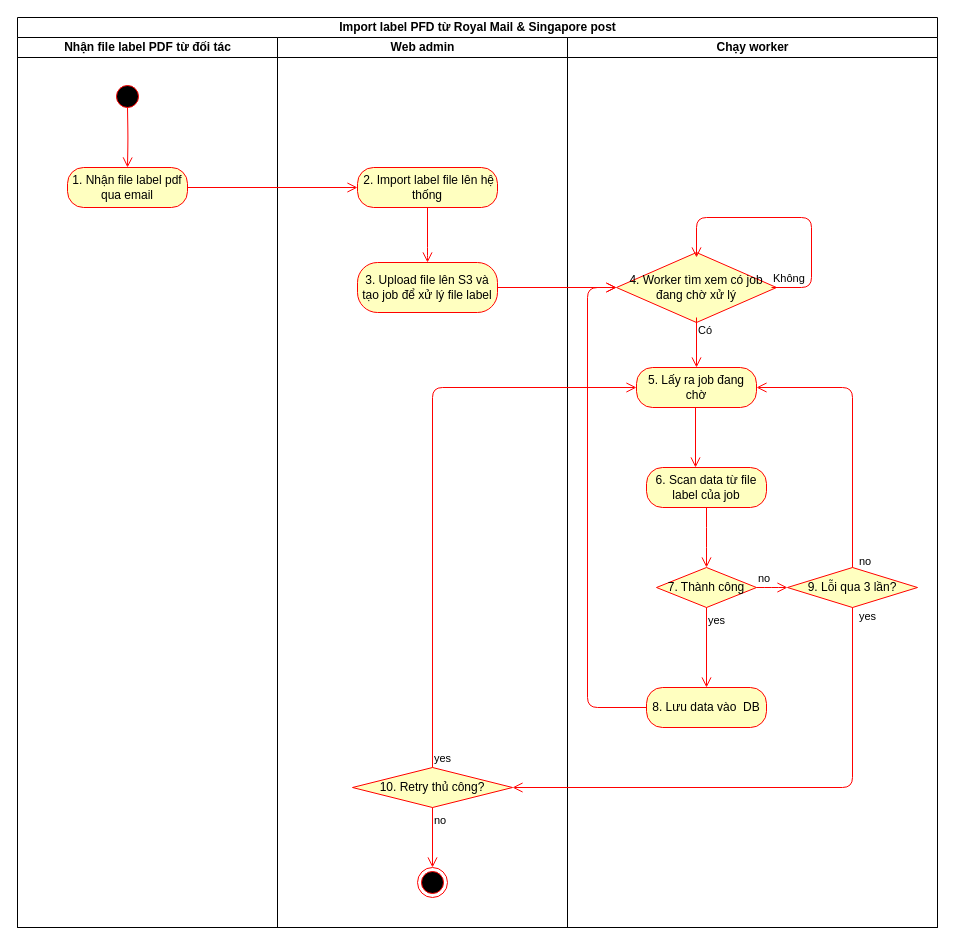
CurlerRoo/test keeps this draw.io diagram as foobla-label-service-diagram.drawio. Above is the earlier version. Source tidied: cells renumbered, new cells numbered last; positions are measured from the earlier drawing's top-left corner, leaving out a move shared by most shapes. Both pictures are drawn from the tidied source at 100%, with x=0, y=0 at pixel (17, 17).
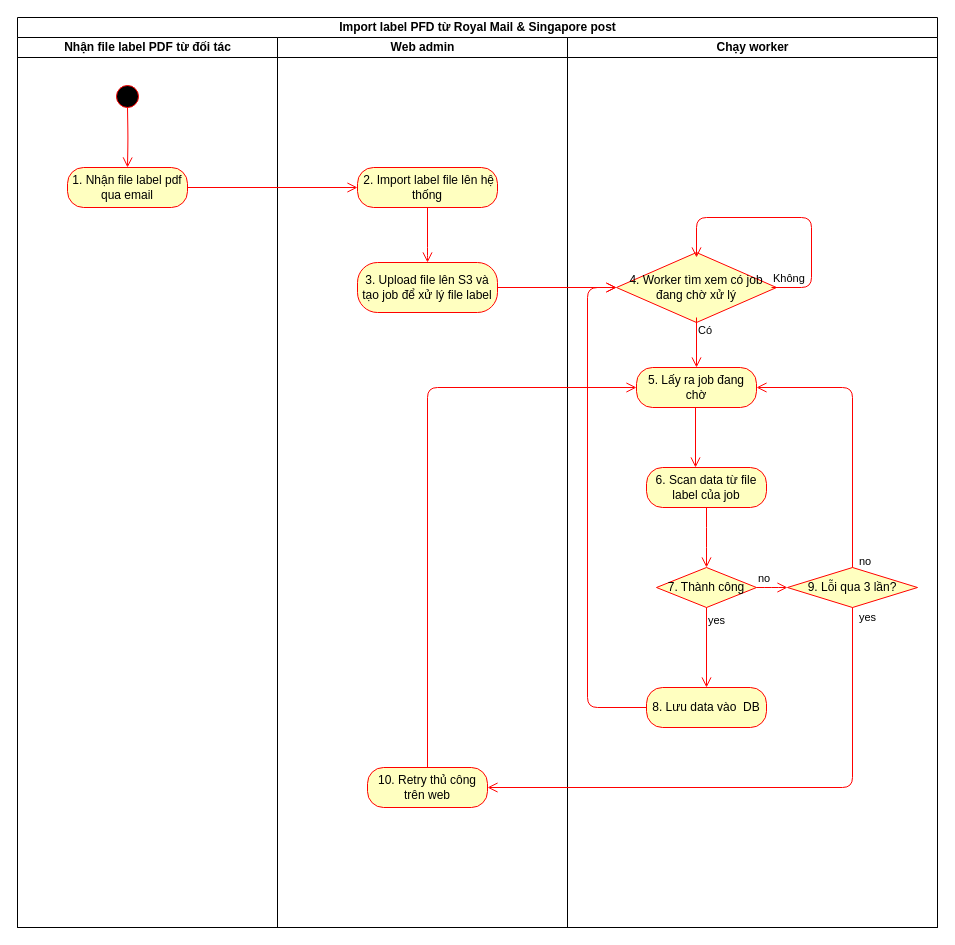
After the change.

Unchanged cells that the change refers to:
```xml
<mxCell id="2" value="Import label PFD từ Royal Mail &amp;amp; Singapore post" style="swimlane;html=1;startSize=20;" parent="1" vertex="1">
  <mxGeometry width="920" height="910" as="geometry" />
</mxCell>
<mxCell id="7" value="Web admin" style="swimlane;html=1;startSize=20;" parent="2" vertex="1">
  <mxGeometry x="260" y="20" width="290" height="890" as="geometry" />
</mxCell>
<mxCell id="16" value="5. Lấy ra job đang chờ" style="rounded=1;whiteSpace=wrap;html=1;arcSize=40;fontColor=#000000;fillColor=#ffffc0;strokeColor=#ff0000;" parent="12" vertex="1">
  <mxGeometry x="69" y="330" width="120" height="40" as="geometry" />
</mxCell>
<mxCell id="25" value="9. Lỗi qua 3 lần?" style="rhombus;whiteSpace=wrap;html=1;fillColor=#ffffc0;strokeColor=#ff0000;" parent="12" vertex="1">
  <mxGeometry x="220" y="530" width="130" height="40" as="geometry" />
</mxCell>
```

Change to the diagram source:
```diff
@@
-    <mxCell id="11" value="10. Retry thủ công?" style="rhombus;whiteSpace=wrap;html=1;fillColor=#ffffc0;strokeColor=#ff0000;" parent="7" vertex="1">
-      <mxGeometry x="75" y="730" width="160" height="40" as="geometry" />
-    </mxCell>
+    <mxCell id="33" value="10. Retry thủ công trên web" style="rounded=1;whiteSpace=wrap;html=1;arcSize=40;fontColor=#000000;fillColor=#ffffc0;strokeColor=#ff0000;" parent="7" vertex="1">
+      <mxGeometry x="90" y="730" width="120" height="40" as="geometry" />
+    </mxCell>
@@
-    <mxCell id="29" value="yes" style="edgeStyle=orthogonalEdgeStyle;html=1;align=left;verticalAlign=bottom;endArrow=open;endSize=8;strokeColor=#ff0000;exitX=0.5;exitY=1;exitDx=0;exitDy=0;entryX=1;entryY=0.5;entryDx=0;entryDy=0;" parent="2" edge="1" source="25" target="11">
+    <mxCell id="29" value="yes" style="edgeStyle=orthogonalEdgeStyle;html=1;align=left;verticalAlign=bottom;endArrow=open;endSize=8;strokeColor=#ff0000;exitX=0.5;exitY=1;exitDx=0;exitDy=0;entryX=1;entryY=0.5;entryDx=0;entryDy=0;" parent="2" edge="1" source="25" target="33">
       <mxGeometry x="-0.93" y="5" relative="1" as="geometry" />
     </mxCell>
-    <mxCell id="30" value="yes" style="edgeStyle=orthogonalEdgeStyle;html=1;align=left;verticalAlign=bottom;endArrow=open;endSize=8;strokeColor=#ff0000;exitX=0.5;exitY=0;exitDx=0;exitDy=0;entryX=0;entryY=0.5;entryDx=0;entryDy=0;" parent="2" edge="1" source="11" target="16">
-      <mxGeometry x="-1" relative="1" as="geometry" />
-    </mxCell>
-    <mxCell id="31" style="ellipse;html=1;shape=endState;fillColor=#000000;strokeColor=#ff0000;" parent="1" vertex="1">
-      <mxGeometry x="400" y="850" width="30" height="30" as="geometry" />
-    </mxCell>
-    <mxCell id="32" value="no" style="edgeStyle=orthogonalEdgeStyle;html=1;align=left;verticalAlign=top;endArrow=open;endSize=8;strokeColor=#ff0000;entryX=0.5;entryY=0;entryDx=0;entryDy=0;" parent="1" edge="1" source="11" target="31">
-      <mxGeometry x="-1" relative="1" as="geometry" />
-    </mxCell>
+    <mxCell id="34" style="edgeStyle=orthogonalEdgeStyle;html=1;verticalAlign=bottom;endArrow=open;endSize=8;strokeColor=#ff0000;entryX=0;entryY=0.5;entryDx=0;entryDy=0;exitX=0.5;exitY=0;exitDx=0;exitDy=0;" parent="2" edge="1" source="33" target="16">
+      <mxGeometry relative="1" as="geometry" />
+    </mxCell>
```
